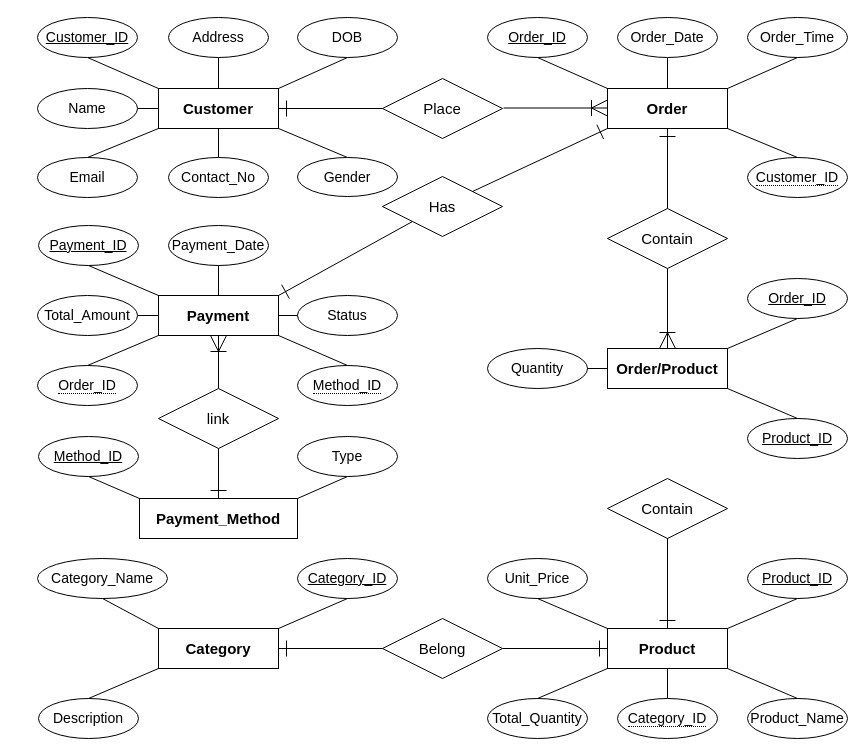
The draw.io diagram DDD/Sampath Food City.drawio in ThanushkarSiva1238/Database_Design, before the edit. Source tidied: cells renumbered, new cells numbered last; positions are measured from the earlier drawing's top-left corner, leaving out a move shared by most shapes. Both pictures are drawn from the tidied source at 100%, with x=0, y=0 at pixel (37, 17).
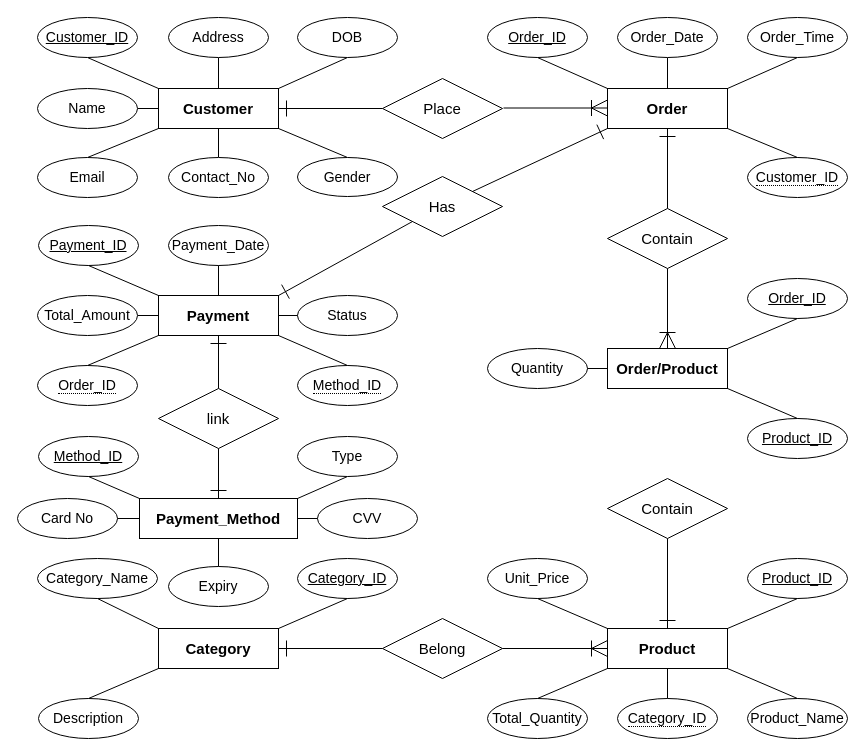
The same page after the edit.

The change refers to these unchanged cells:
```xml
<mxCell id="40" value="&lt;h3 style=&quot;border-color: var(--border-color);&quot;&gt;&lt;font style=&quot;border-color: var(--border-color); font-size: 15px;&quot; face=&quot;arial&quot;&gt;Product&lt;/font&gt;&lt;/h3&gt;" style="whiteSpace=wrap;html=1;align=center;" parent="1" vertex="1">
  <mxGeometry x="570" y="611" width="120" height="40" as="geometry" />
</mxCell>
<mxCell id="50" value="&lt;span style=&quot;font-size: 15px;&quot;&gt;Belong&lt;/span&gt;" style="shape=rhombus;perimeter=rhombusPerimeter;whiteSpace=wrap;html=1;align=center;" parent="1" vertex="1">
  <mxGeometry x="345" y="601" width="120" height="60" as="geometry" />
</mxCell>
<mxCell id="60" value="&lt;h3 style=&quot;border-color: var(--border-color);&quot;&gt;&lt;font style=&quot;border-color: var(--border-color); font-size: 15px;&quot; face=&quot;arial&quot;&gt;Payment&lt;/font&gt;&lt;/h3&gt;" style="whiteSpace=wrap;html=1;align=center;" parent="1" vertex="1">
  <mxGeometry x="121" y="278" width="120" height="40" as="geometry" />
</mxCell>
<mxCell id="76" value="&lt;span style=&quot;font-size: 15px;&quot;&gt;link&lt;/span&gt;" style="shape=rhombus;perimeter=rhombusPerimeter;whiteSpace=wrap;html=1;align=center;" parent="1" vertex="1">
  <mxGeometry x="121" y="371" width="120" height="60" as="geometry" />
</mxCell>
<mxCell id="77" value="&lt;h3 style=&quot;border-color: var(--border-color);&quot;&gt;&lt;font style=&quot;border-color: var(--border-color); font-size: 15px;&quot; face=&quot;arial&quot;&gt;Payment_Method&lt;/font&gt;&lt;/h3&gt;" style="whiteSpace=wrap;html=1;align=center;" parent="1" vertex="1">
  <mxGeometry x="102" y="481" width="158" height="40" as="geometry" />
</mxCell>
```

What changed in the source:
```diff
@@
-    <mxCell id="52" style="endArrow=none;html=1;rounded=0;exitX=0;exitY=0.5;exitDx=0;exitDy=0;entryX=1;entryY=0.5;entryDx=0;entryDy=0;startArrow=ERone;startFill=0;targetPerimeterSpacing=13;endSize=6;startSize=14;" parent="1" edge="1" source="40" target="50">
+    <mxCell id="52" style="endArrow=none;html=1;rounded=0;exitX=0;exitY=0.5;exitDx=0;exitDy=0;entryX=1;entryY=0.5;entryDx=0;entryDy=0;startArrow=ERoneToMany;startFill=0;targetPerimeterSpacing=13;endSize=6;startSize=14;" parent="1" edge="1" source="40" target="50">
       <mxGeometry relative="1" as="geometry" />
     </mxCell>
@@
     <mxCell id="56" value="&lt;span style=&quot;font-size: 14px;&quot;&gt;Category_Name&lt;/span&gt;" style="ellipse;whiteSpace=wrap;html=1;align=center;" parent="1" vertex="1">
-      <mxGeometry y="541" width="130" height="40" as="geometry" />
+      <mxGeometry y="541" width="120" height="40" as="geometry" />
     </mxCell>
@@
-    <mxCell id="79" style="endArrow=ERoneToMany;html=1;rounded=0;exitX=0.5;exitY=0;exitDx=0;exitDy=0;entryX=0.5;entryY=1;entryDx=0;entryDy=0;startArrow=none;startFill=0;targetPerimeterSpacing=13;endFill=0;endSize=14;" parent="1" edge="1" source="76" target="60">
+    <mxCell id="79" style="endArrow=ERone;html=1;rounded=0;exitX=0.5;exitY=0;exitDx=0;exitDy=0;entryX=0.5;entryY=1;entryDx=0;entryDy=0;startArrow=none;startFill=0;targetPerimeterSpacing=13;endFill=0;endSize=14;" parent="1" edge="1" source="76" target="60">
       <mxGeometry relative="1" as="geometry" />
     </mxCell>
@@
+    <mxCell id="86" value="&lt;span style=&quot;font-size: 14px;&quot;&gt;CVV&lt;/span&gt;" style="ellipse;whiteSpace=wrap;html=1;align=center;" parent="1" vertex="1">
+      <mxGeometry x="280" y="481" width="100" height="40" as="geometry" />
+    </mxCell>
+    <mxCell id="87" style="endArrow=none;html=1;rounded=0;exitX=1;exitY=0.5;exitDx=0;exitDy=0;entryX=0;entryY=0.5;entryDx=0;entryDy=0;" parent="1" edge="1" source="77" target="86">
+      <mxGeometry relative="1" as="geometry" />
+    </mxCell>
+    <mxCell id="88" value="&lt;span style=&quot;font-size: 14px;&quot;&gt;Card No&lt;/span&gt;" style="ellipse;whiteSpace=wrap;html=1;align=center;" parent="1" vertex="1">
+      <mxGeometry x="-20" y="481" width="100" height="40" as="geometry" />
+    </mxCell>
+    <mxCell id="89" style="endArrow=none;html=1;rounded=0;exitX=0;exitY=0.5;exitDx=0;exitDy=0;entryX=1;entryY=0.5;entryDx=0;entryDy=0;" parent="1" edge="1" source="77" target="88">
+      <mxGeometry relative="1" as="geometry" />
+    </mxCell>
+    <mxCell id="90" value="&lt;span style=&quot;font-size: 14px;&quot;&gt;Expiry&lt;/span&gt;" style="ellipse;whiteSpace=wrap;html=1;align=center;" parent="1" vertex="1">
+      <mxGeometry x="131" y="549" width="100" height="40" as="geometry" />
+    </mxCell>
+    <mxCell id="91" style="endArrow=none;html=1;rounded=0;exitX=0.5;exitY=0;exitDx=0;exitDy=0;entryX=0.5;entryY=1;entryDx=0;entryDy=0;" parent="1" edge="1" source="90" target="77">
+      <mxGeometry relative="1" as="geometry" />
+    </mxCell>
```
